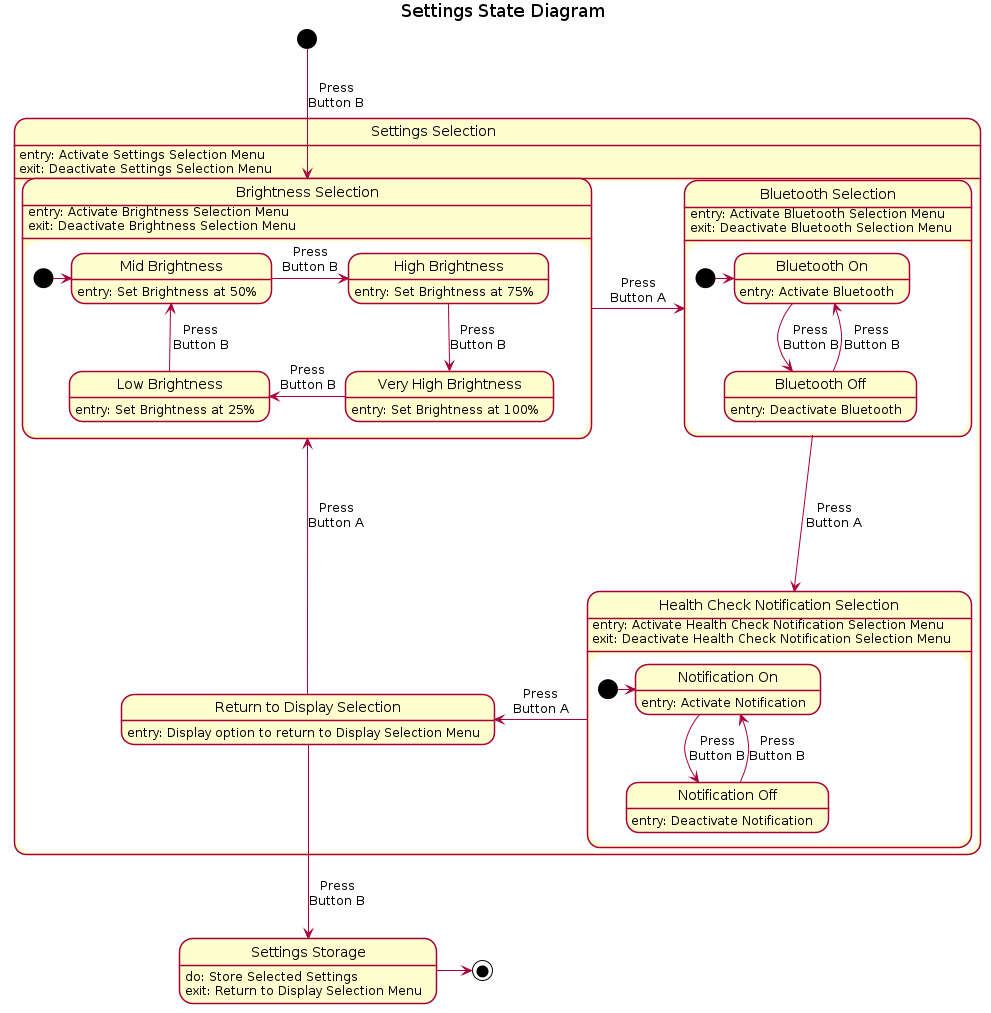
Earlier version of the PlantUML export uml/state_diagrams/settings.png (markroche92/sw-eng-smart-watch). Source of this version:
```plantuml
@startuml

skinparam shadowing false


title Settings State Diagram

state "Settings Selection" as Ss{

    state "Brightness Selection" as Bs {

        state "Low Brightness" as Lb : entry: Set Brightness at 25%
        state "Mid Brightness" as Mb : entry: Set Brightness at 50%
        state "High Brightness" as Hb : entry: Set Brightness at 75%
        state "Very High Brightness" as Vhb : entry: Set Brightness at 100%

        [*]->Mb
        Lb -up-> Mb : Press\nButton B
        Mb -right-> Hb : Press\nButton B
        Hb -down-> Vhb : Press\nButton B
        Vhb -left-> Lb : Press\nButton B
    }

    state "Bluetooth Selection" as Bts {

        state "Bluetooth On" as Ba : entry: Activate Bluetooth
        state "Bluetooth Off" as Bd : entry: Deactivate Bluetooth

        [*]->Ba
        Ba -down-> Bd : Press\nButton B
        Bd -up-> Ba : Press\nButton B
    }

    state "Health Check Notification Selection" as Hcn {

        state "Notification On" as Na : entry: Activate Notification
        state "Notification Off" as Nd : entry: Deactivate Notification

        [*]->Na
        Na -down-> Nd : Press\nButton B
        Nd -up-> Na : Press\nButton B
    }

    state "Return to Display Selection" as R {

    }



    Bs : entry: Activate Brightness Selection Menu\nexit: Deactivate Brightness Selection Menu
    Bts : entry: Activate Bluetooth Selection Menu\nexit: Deactivate Bluetooth Selection Menu
    Hcn : entry: Activate Health Check Notification Selection Menu\nexit: Deactivate Health Check Notification Selection Menu
    R : entry: Display option to return to Display Selection Menu

    Bs -right-> Bts : Press\nButton A
    Bts -down-> Hcn : Press\nButton A
    Hcn -left-> R : Press\nButton A
    R -up-> Bs : Press\nButton A
}

state "Settings Storage" as Sstor{


}

Sstor : do: Store Selected Settings\nexit: Return to Display Selection Menu

[*]-down->Bs : Press\nButton B
R-down->Sstor : Press\nButton B
Ss : entry: Activate Settings Selection Menu\nexit: Deactivate Settings Selection Menu
Sstor->[*]

@enduml
```
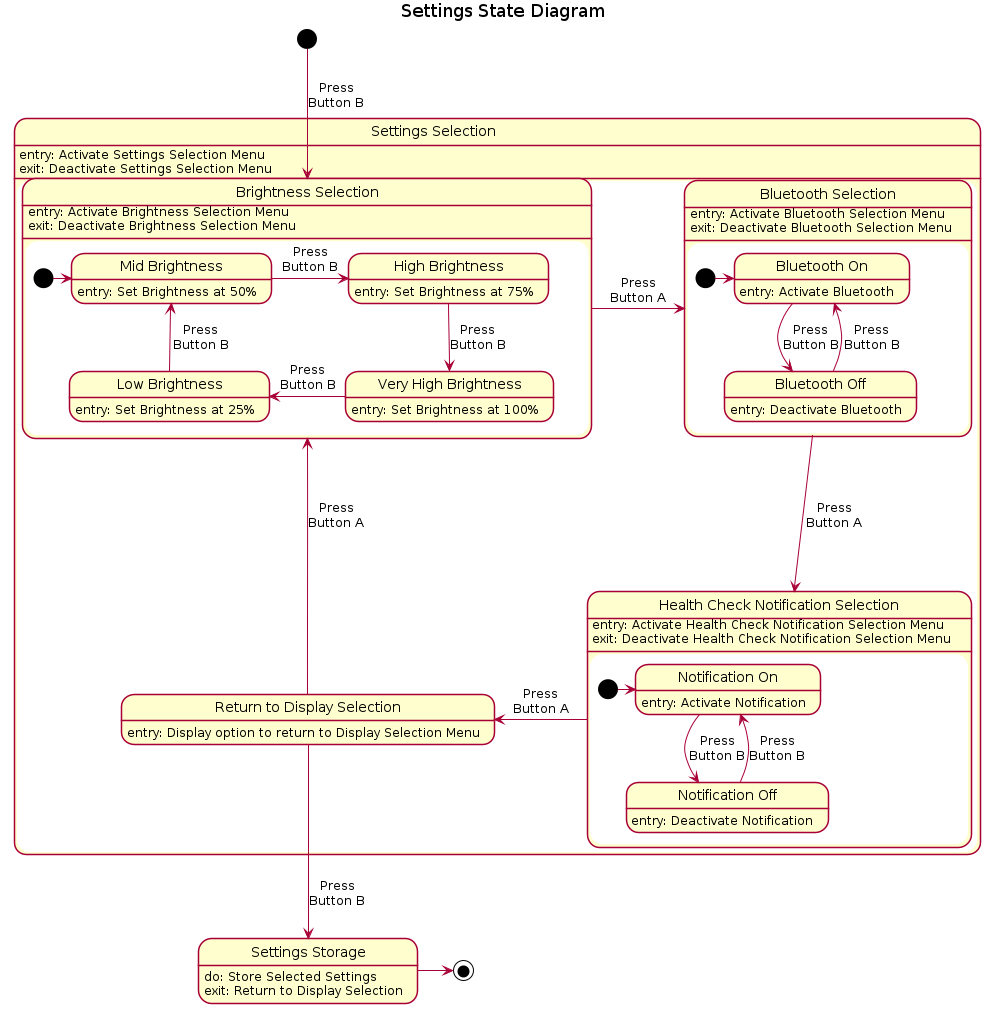
After the change.

Diff of the diagram source:
```diff
@@ -63,7 +63,7 @@
 
 }
 
-Sstor : do: Store Selected Settings\nexit: Return to Display Selection Menu
+Sstor : do: Store Selected Settings\nexit: Return to Display Selection
 
 [*]-down->Bs : Press\nButton B
 R-down->Sstor : Press\nButton B
```
